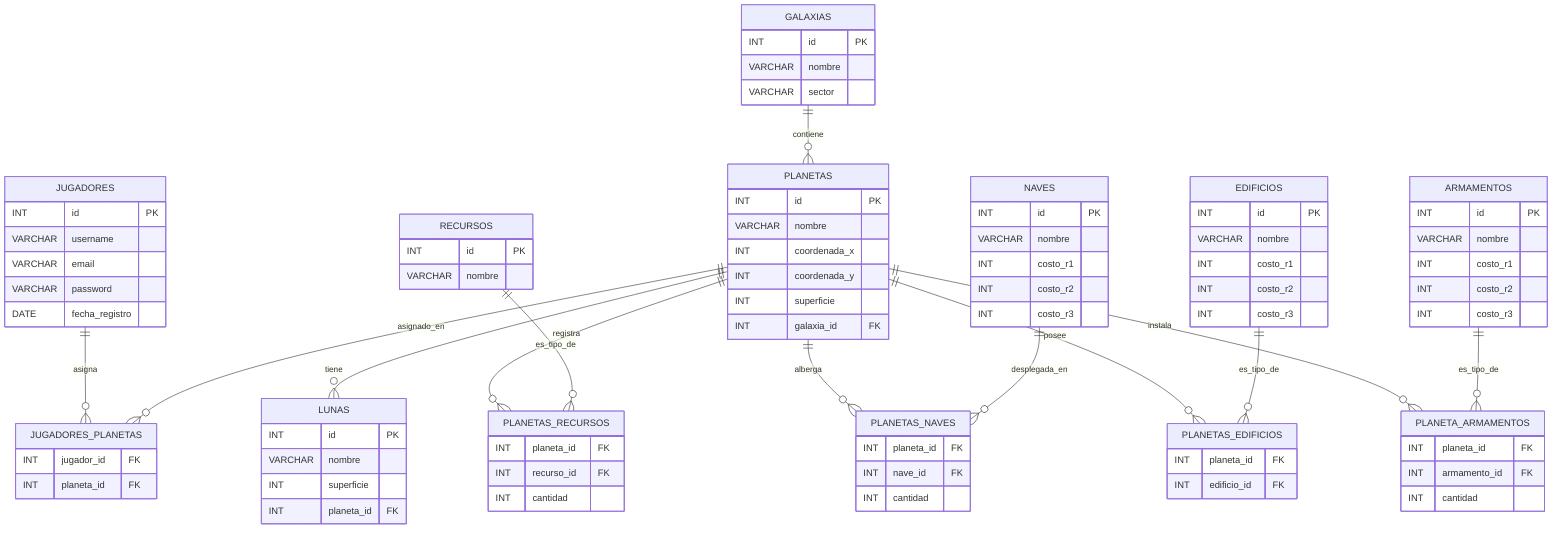
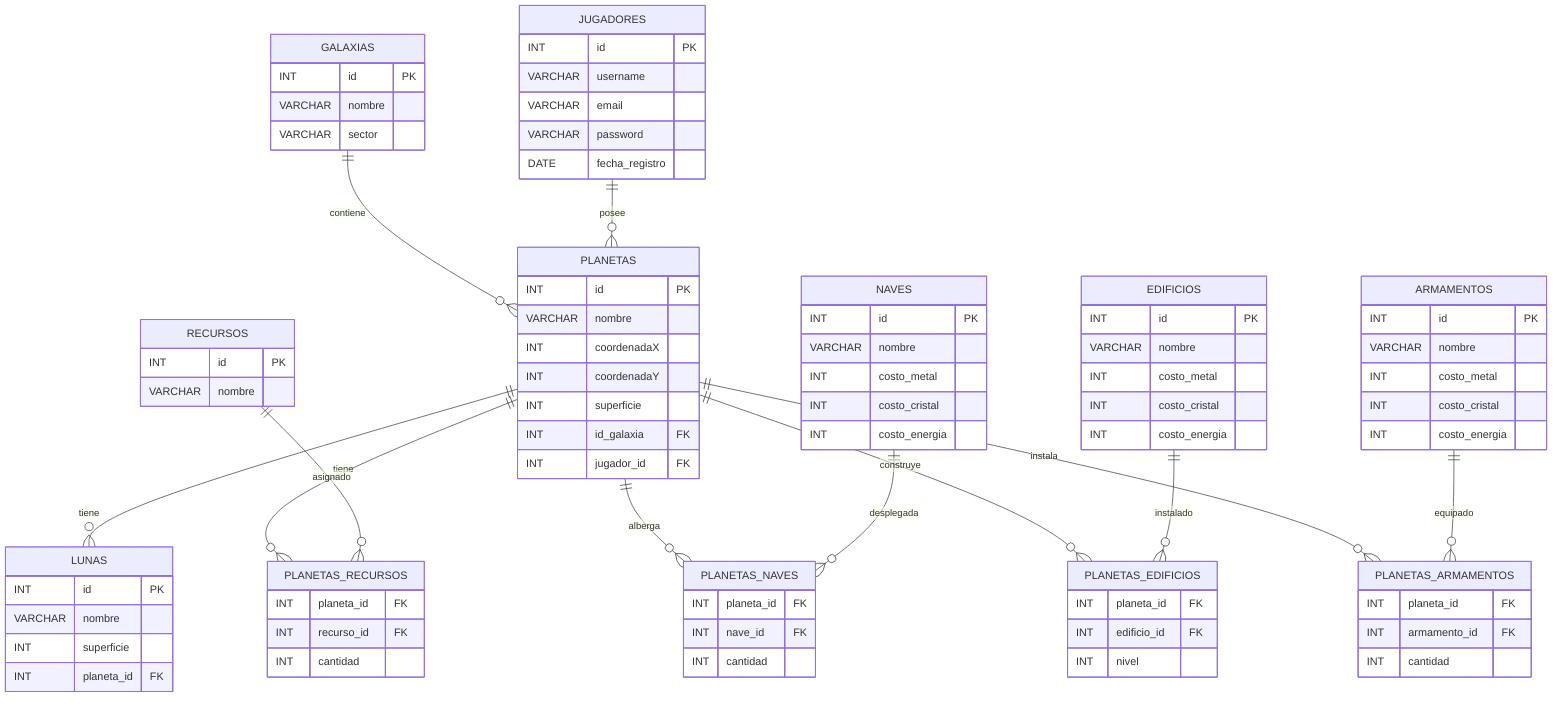
- %% Diagrama Entidad-Relación del proyecto "Imperio" (extraído de base de datos/imperio.sql)
- %% Archivo generado automáticamente por el asistente
+ %% Diagrama Entidad-Relación del proyecto "Imperio" (sincronizado con base de datos/imperio.sql)

erDiagram
    JUGADORES {
        INT id PK
        VARCHAR username
        VARCHAR email
        VARCHAR password
        DATE fecha_registro
    }
+ 
    GALAXIAS {
        INT id PK
        VARCHAR nombre
        VARCHAR sector
    }
+ 
    PLANETAS {
        INT id PK
        VARCHAR nombre
-         INT coordenada_x
-         INT coordenada_y
+         INT coordenadaX
+         INT coordenadaY
        INT superficie
-         INT galaxia_id FK
+         INT id_galaxia FK
+         INT jugador_id FK
    }
-     JUGADORES_PLANETAS {
-         INT jugador_id FK
-         INT planeta_id FK
-     }
-     RECURSOS {
-         INT id PK
-         VARCHAR nombre
-     }
-     PLANETAS_RECURSOS {
-         INT planeta_id FK
-         INT recurso_id FK
-         INT cantidad
-     }
-     NAVES {
-         INT id PK
-         VARCHAR nombre
-         INT costo_r1
-         INT costo_r2
-         INT costo_r3
-     }
-     PLANETAS_NAVES {
-         INT planeta_id FK
-         INT nave_id FK
-         INT cantidad
-     }
-     EDIFICIOS {
-         INT id PK
-         VARCHAR nombre
-         INT costo_r1
-         INT costo_r2
-         INT costo_r3
-     }
-     PLANETAS_EDIFICIOS {
-         INT planeta_id FK
-         INT edificio_id FK
-     }
-     ARMAMENTOS {
-         INT id PK
-         VARCHAR nombre
-         INT costo_r1
-         INT costo_r2
-         INT costo_r3
-     }
-     PLANETA_ARMAMENTOS {
-         INT planeta_id FK
-         INT armamento_id FK
-         INT cantidad
-     }
+ 
    LUNAS {
        INT id PK
        VARCHAR nombre
        INT superficie
        INT planeta_id FK
    }

+     RECURSOS {
+         INT id PK
+         VARCHAR nombre
+     }
+ 
+     NAVES {
+         INT id PK
+         VARCHAR nombre
+         INT costo_metal
+         INT costo_cristal
+         INT costo_energia
+     }
+ 
+     EDIFICIOS {
+         INT id PK
+         VARCHAR nombre
+         INT costo_metal
+         INT costo_cristal
+         INT costo_energia
+     }
+ 
+     ARMAMENTOS {
+         INT id PK
+         VARCHAR nombre
+         INT costo_metal
+         INT costo_cristal
+         INT costo_energia
+     }
+ 
+     PLANETAS_RECURSOS {
+         INT planeta_id FK
+         INT recurso_id FK
+         INT cantidad
+     }
+ 
+     PLANETAS_NAVES {
+         INT planeta_id FK
+         INT nave_id FK
+         INT cantidad
+     }
+ 
+     PLANETAS_EDIFICIOS {
+         INT planeta_id FK
+         INT edificio_id FK
+         INT nivel
+     }
+ 
+     PLANETAS_ARMAMENTOS {
+         INT planeta_id FK
+         INT armamento_id FK
+         INT cantidad
+     }
+ 
    GALAXIAS ||--o{ PLANETAS : "contiene"
-     JUGADORES ||--o{ JUGADORES_PLANETAS : "asigna"
-     PLANETAS ||--o{ JUGADORES_PLANETAS : "asignado_en"
+     JUGADORES ||--o{ PLANETAS : "posee"
+     PLANETAS ||--o{ LUNAS : "tiene"

-     PLANETAS ||--o{ LUNAS : "tiene"
-     PLANETAS ||--o{ PLANETAS_RECURSOS : "registra"
-     RECURSOS ||--o{ PLANETAS_RECURSOS : "es_tipo_de"
+     PLANETAS ||--o{ PLANETAS_RECURSOS : "tiene"
+     RECURSOS ||--o{ PLANETAS_RECURSOS : "asignado"

    PLANETAS ||--o{ PLANETAS_NAVES : "alberga"
-     NAVES ||--o{ PLANETAS_NAVES : "desplegada_en"
+     NAVES ||--o{ PLANETAS_NAVES : "desplegada"

-     PLANETAS ||--o{ PLANETAS_EDIFICIOS : "posee"
-     EDIFICIOS ||--o{ PLANETAS_EDIFICIOS : "es_tipo_de"
+     PLANETAS ||--o{ PLANETAS_EDIFICIOS : "construye"
+     EDIFICIOS ||--o{ PLANETAS_EDIFICIOS : "instalado"

-     PLANETAS ||--o{ PLANETA_ARMAMENTOS : "instala"
-     ARMAMENTOS ||--o{ PLANETA_ARMAMENTOS : "es_tipo_de"
+     PLANETAS ||--o{ PLANETAS_ARMAMENTOS : "instala"
+     ARMAMENTOS ||--o{ PLANETAS_ARMAMENTOS : "equipado"
